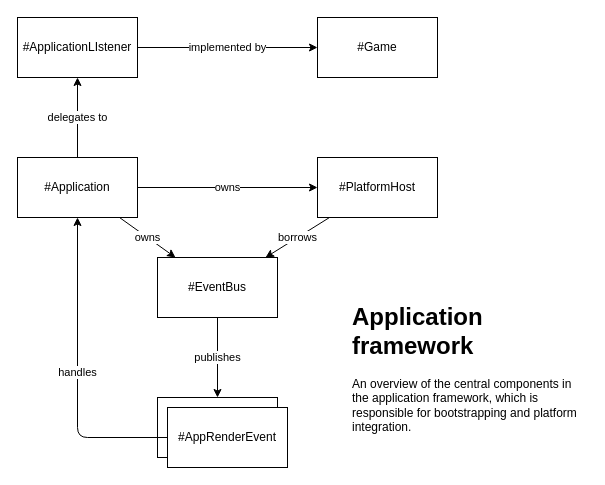
Earlier version of the draw.io diagram docs/application.drawio (mattkleiny/surreal-rust). Source tidied: cells renumbered, new cells numbered last; positions are measured from the earlier drawing's top-left corner, leaving out a move shared by most shapes. Both pictures are drawn from the tidied source at 100%, with x=0, y=0 at pixel (17, 17).
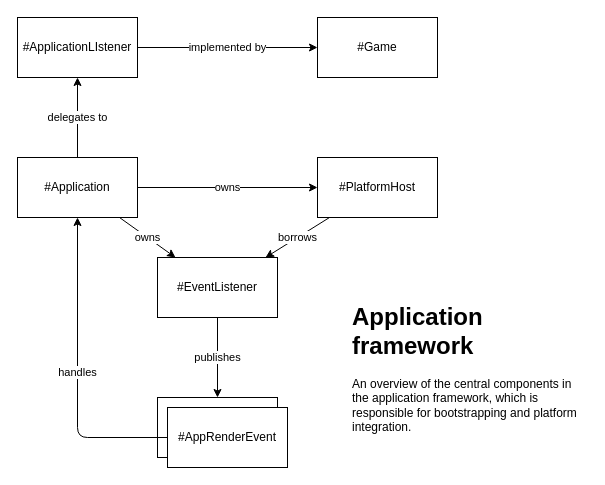
The same page after the edit.

Diff of the diagram source:
```diff
@@
 <mxGraphModel>
   <root>
     <mxCell id="0" />
     <mxCell id="1" parent="0" />
     <mxCell id="2" value="owns" style="edgeStyle=none;html=1;" parent="1" edge="1" source="5" target="7">
       <mxGeometry relative="1" as="geometry" />
     </mxCell>
     <mxCell id="3" value="owns" style="edgeStyle=none;html=1;" parent="1" edge="1" source="5" target="9">
       <mxGeometry relative="1" as="geometry" />
     </mxCell>
     <mxCell id="4" value="delegates to" style="edgeStyle=orthogonalEdgeStyle;html=1;" parent="1" edge="1" source="5" target="14">
       <mxGeometry relative="1" as="geometry" />
     </mxCell>
     <mxCell id="5" value="#Application" style="rounded=0;whiteSpace=wrap;html=1;" parent="1" vertex="1">
       <mxGeometry y="140" width="120" height="60" as="geometry" />
     </mxCell>
     <mxCell id="6" value="borrows" style="edgeStyle=none;html=1;" parent="1" edge="1" source="7" target="9">
       <mxGeometry relative="1" as="geometry" />
     </mxCell>
     <mxCell id="7" value="#PlatformHost" style="whiteSpace=wrap;html=1;rounded=0;" parent="1" vertex="1">
       <mxGeometry x="300" y="140" width="120" height="60" as="geometry" />
     </mxCell>
     <mxCell id="8" value="publishes" style="edgeStyle=none;html=1;" parent="1" edge="1" source="9" target="10">
       <mxGeometry relative="1" as="geometry" />
     </mxCell>
-    <mxCell id="9" value="#EventBus" style="whiteSpace=wrap;html=1;rounded=0;" parent="1" vertex="1">
+    <mxCell id="9" value="#EventListener" style="whiteSpace=wrap;html=1;rounded=0;" parent="1" vertex="1">
       <mxGeometry x="140" y="240" width="120" height="60" as="geometry" />
     </mxCell>
     <mxCell id="10" value="#AppTickEvent" style="whiteSpace=wrap;html=1;rounded=0;" parent="1" vertex="1">
       <mxGeometry x="140" y="380" width="120" height="60" as="geometry" />
     </mxCell>
     <mxCell id="11" value="handles" style="edgeStyle=orthogonalEdgeStyle;html=1;entryX=0.5;entryY=1;entryDx=0;entryDy=0;" parent="1" edge="1" source="12" target="5">
       <mxGeometry relative="1" as="geometry" />
     </mxCell>
     <mxCell id="12" value="#AppRenderEvent" style="whiteSpace=wrap;html=1;rounded=0;" parent="1" vertex="1">
       <mxGeometry x="150" y="390" width="120" height="60" as="geometry" />
     </mxCell>
     <mxCell id="13" value="implemented by" style="edgeStyle=orthogonalEdgeStyle;html=1;" parent="1" edge="1" source="14" target="15">
       <mxGeometry relative="1" as="geometry" />
     </mxCell>
     <mxCell id="14" value="#ApplicationLIstener" style="rounded=0;whiteSpace=wrap;html=1;" parent="1" vertex="1">
       <mxGeometry width="120" height="60" as="geometry" />
     </mxCell>
     <mxCell id="15" value="#Game" style="whiteSpace=wrap;html=1;rounded=0;" parent="1" vertex="1">
       <mxGeometry x="300" width="120" height="60" as="geometry" />
     </mxCell>
     <mxCell id="16" value="&lt;h1&gt;&lt;span&gt;Application framework&lt;/span&gt;&lt;br&gt;&lt;/h1&gt;&lt;div&gt;&lt;span&gt;An overview of the central components in the application framework, which is responsible for bootstrapping and platform integration.&lt;/span&gt;&lt;/div&gt;" style="text;html=1;strokeColor=none;fillColor=none;spacing=5;spacingTop=-20;whiteSpace=wrap;overflow=hidden;rounded=0;" parent="1" vertex="1">
       <mxGeometry x="330" y="280" width="240" height="140" as="geometry" />
     </mxCell>
   </root>
 </mxGraphModel>
```
